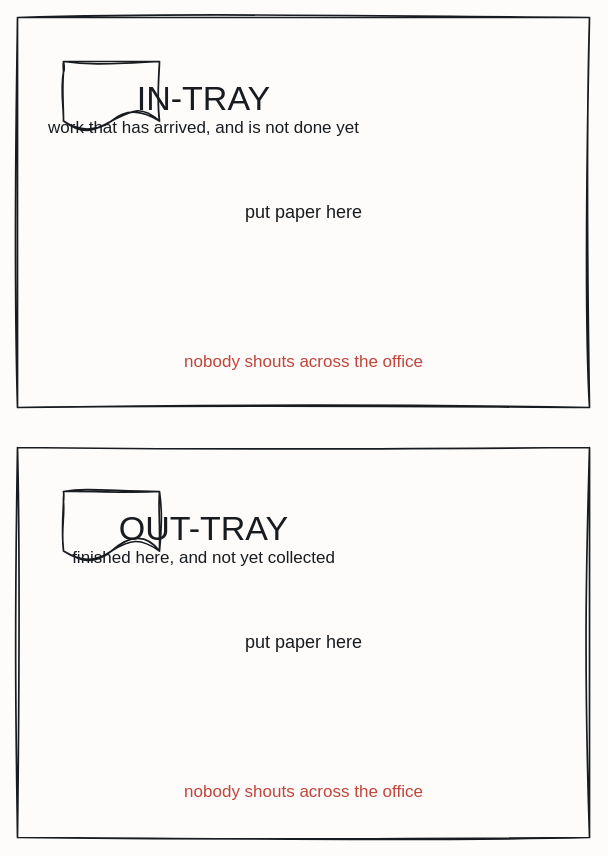
Above: resources/paper-tray-sheets.drawio in iancooper/practical-messaging (draw.io), before the change. Source tidied: cells renumbered, new cells numbered last; positions are measured from the earlier drawing's top-left corner, leaving out a move shared by most shapes. Both pictures are drawn from the tidied source at 100%, with x=0, y=0 at pixel (17, 17).
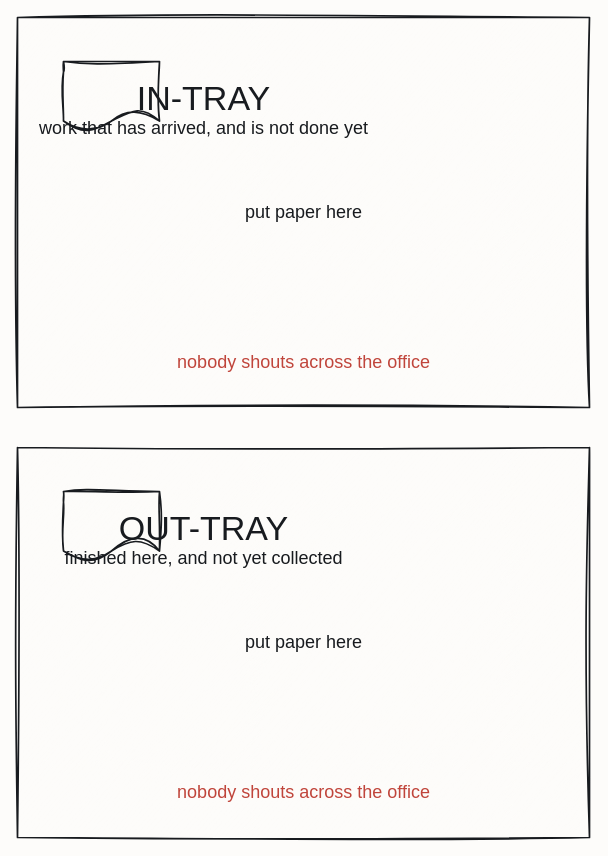
The same page after the edit.

The edit, as a diff of the source:
```diff
@@
 <mxGraphModel background="#FDFCFA">
   <root>
     <mxCell id="0" />
     <mxCell id="1" parent="0" />
     <mxCell id="2" style="sketch=1;hachureGap=4;jiggle=2;curveFitting=1;fontFamily=Caveat;html=1;rounded=0;verticalLabelPosition=top;verticalAlign=bottom;strokeColor=#181B1F;strokeWidth=1.7;fillColor=#FDFCFA;fontColor=#181B1F;fontSize=14;" parent="1" vertex="1">
       <mxGeometry width="572" height="390" as="geometry" />
     </mxCell>
     <mxCell id="3" style="sketch=1;hachureGap=4;jiggle=2;curveFitting=1;fontFamily=Caveat;html=1;shape=document;boundedLbl=1;verticalLabelPosition=bottom;verticalAlign=top;strokeColor=#181B1F;strokeWidth=1.7;fillColor=#FDFCFA;fontColor=#181B1F;fontSize=13;" parent="1" vertex="1">
       <mxGeometry x="46" y="44" width="96" height="70" as="geometry" />
     </mxCell>
     <mxCell id="4" value="IN-TRAY" style="text;html=1;align=center;fontFamily=Caveat;fontSize=34;fontColor=#181B1F;" parent="1" vertex="1">
       <mxGeometry x="126" y="54" width="120" height="20" as="geometry" />
     </mxCell>
-    <mxCell id="5" value="work that has arrived, and is not done yet" style="text;html=1;align=center;fontFamily=Caveat;fontSize=17;fontColor=#181B1F;" parent="1" vertex="1">
+    <mxCell id="5" value="work that has arrived, and is not done yet" style="text;html=1;align=center;fontFamily=Caveat;fontSize=18;fontColor=#181B1F;" parent="1" vertex="1">
       <mxGeometry x="126" y="94" width="120" height="20" as="geometry" />
     </mxCell>
     <mxCell id="6" value="put paper here" style="text;html=1;align=center;fontFamily=Caveat;fontSize=18;fontColor=#181B1F;" parent="1" vertex="1">
       <mxGeometry x="226" y="178" width="120" height="20" as="geometry" />
     </mxCell>
-    <mxCell id="7" value="nobody shouts across the office" style="text;html=1;align=center;fontFamily=Caveat;fontSize=17;fontColor=#C0453B;" parent="1" vertex="1">
+    <mxCell id="7" value="nobody shouts across the office" style="text;html=1;align=center;fontFamily=Caveat;fontSize=18;fontColor=#C0453B;" parent="1" vertex="1">
       <mxGeometry x="226" y="328" width="120" height="20" as="geometry" />
     </mxCell>
     <mxCell id="8" style="sketch=1;hachureGap=4;jiggle=2;curveFitting=1;fontFamily=Caveat;html=1;rounded=0;verticalLabelPosition=top;verticalAlign=bottom;strokeColor=#181B1F;strokeWidth=1.7;fillColor=#FDFCFA;fontColor=#181B1F;fontSize=14;" parent="1" vertex="1">
       <mxGeometry y="430" width="572" height="390" as="geometry" />
     </mxCell>
     <mxCell id="9" style="sketch=1;hachureGap=4;jiggle=2;curveFitting=1;fontFamily=Caveat;html=1;shape=document;boundedLbl=1;verticalLabelPosition=bottom;verticalAlign=top;strokeColor=#181B1F;strokeWidth=1.7;fillColor=#FDFCFA;fontColor=#181B1F;fontSize=13;" parent="1" vertex="1">
       <mxGeometry x="46" y="474" width="96" height="70" as="geometry" />
     </mxCell>
     <mxCell id="10" value="OUT-TRAY" style="text;html=1;align=center;fontFamily=Caveat;fontSize=34;fontColor=#181B1F;" parent="1" vertex="1">
       <mxGeometry x="126" y="484" width="120" height="20" as="geometry" />
     </mxCell>
-    <mxCell id="11" value="finished here, and not yet collected" style="text;html=1;align=center;fontFamily=Caveat;fontSize=17;fontColor=#181B1F;" parent="1" vertex="1">
+    <mxCell id="11" value="finished here, and not yet collected" style="text;html=1;align=center;fontFamily=Caveat;fontSize=18;fontColor=#181B1F;" parent="1" vertex="1">
       <mxGeometry x="126" y="524" width="120" height="20" as="geometry" />
     </mxCell>
     <mxCell id="12" value="put paper here" style="text;html=1;align=center;fontFamily=Caveat;fontSize=18;fontColor=#181B1F;" parent="1" vertex="1">
       <mxGeometry x="226" y="608" width="120" height="20" as="geometry" />
     </mxCell>
-    <mxCell id="13" value="nobody shouts across the office" style="text;html=1;align=center;fontFamily=Caveat;fontSize=17;fontColor=#C0453B;" parent="1" vertex="1">
+    <mxCell id="13" value="nobody shouts across the office" style="text;html=1;align=center;fontFamily=Caveat;fontSize=18;fontColor=#C0453B;" parent="1" vertex="1">
       <mxGeometry x="226" y="758" width="120" height="20" as="geometry" />
     </mxCell>
   </root>
 </mxGraphModel>
```
